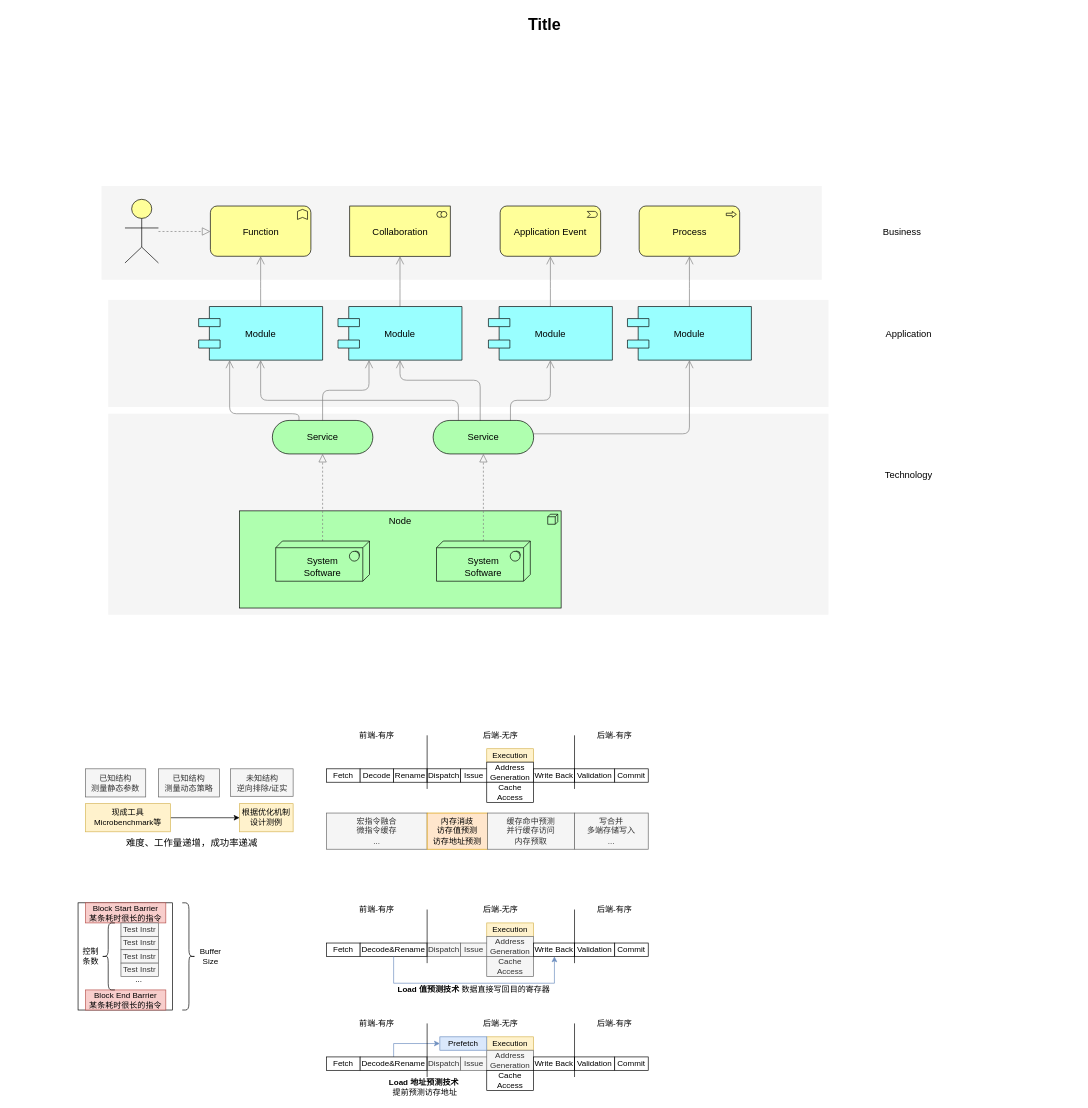
Earlier version of the draw.io diagram bsherfinal.drawio (MatteoYang2002/drawio). Source tidied: cells renumbered, new cells numbered last; positions are measured from the earlier drawing's top-left corner, leaving out a move shared by most shapes. Both pictures are drawn from the tidied source at 67%, with x=0, y=0 at pixel (11, 11).
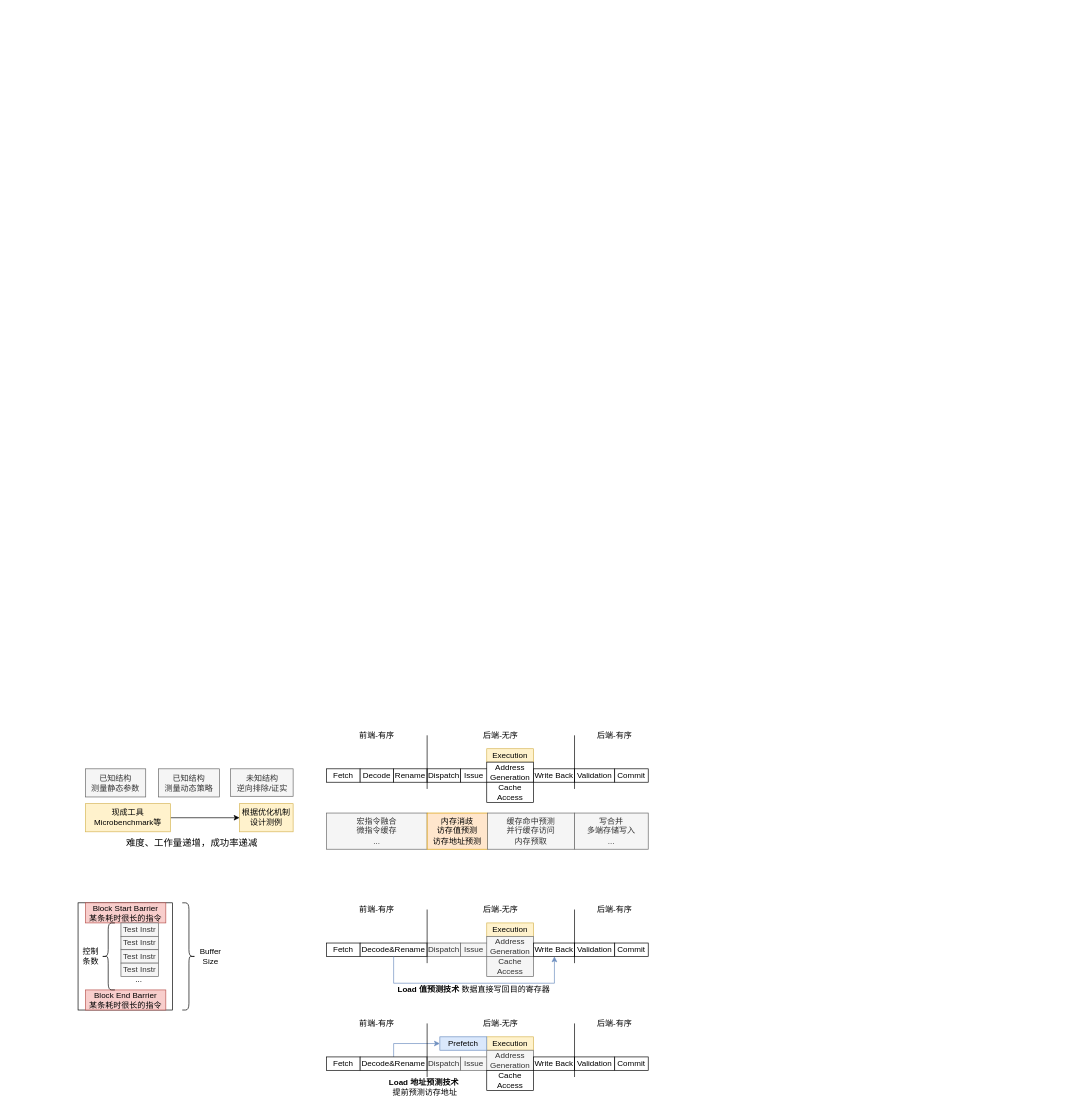
The same diagram, later.

Diff of the diagram source:
```diff
@@
-    <mxCell id="3" style="whiteSpace=wrap;html=1;strokeColor=none;strokeWidth=1;fillColor=#f5f5f5;fontSize=14;" parent="1" vertex="1">
-      <mxGeometry x="144" y="600" width="1075" height="300" as="geometry" />
-    </mxCell>
-    <mxCell id="4" style="whiteSpace=wrap;html=1;strokeColor=none;strokeWidth=1;fillColor=#f5f5f5;fontSize=14;" parent="1" vertex="1">
-      <mxGeometry x="144" y="430" width="1075" height="160" as="geometry" />
-    </mxCell>
-    <mxCell id="5" style="whiteSpace=wrap;html=1;strokeColor=none;strokeWidth=1;fillColor=#f5f5f5;fontSize=14;" parent="1" vertex="1">
-      <mxGeometry x="134" y="260" width="1075" height="140" as="geometry" />
-    </mxCell>
-    <mxCell id="6" value="Node" style="html=1;whiteSpace=wrap;fillColor=#AFFFAF;shape=mxgraph.archimate3.application;appType=node;archiType=square;fontSize=14;verticalAlign=top;" parent="1" vertex="1">
-      <mxGeometry x="340" y="745" width="480" height="145" as="geometry" />
-    </mxCell>
-    <mxCell id="7" style="edgeStyle=elbowEdgeStyle;rounded=1;elbow=vertical;html=1;startSize=10;endArrow=block;endFill=0;endSize=10;jettySize=auto;strokeColor=#808080;fontSize=14;dashed=1;" parent="1" edge="1" source="8" target="13">
-      <mxGeometry relative="1" as="geometry" />
-    </mxCell>
-    <mxCell id="8" value="&lt;div&gt;&lt;br&gt;&lt;/div&gt;System&lt;div&gt;Software&lt;/div&gt;" style="html=1;whiteSpace=wrap;fillColor=#AFFFAF;shape=mxgraph.archimate3.tech;techType=sysSw;fontSize=14;" parent="1" vertex="1">
-      <mxGeometry x="394" y="790" width="140" height="60" as="geometry" />
-    </mxCell>
-    <mxCell id="9" style="edgeStyle=elbowEdgeStyle;rounded=1;elbow=vertical;html=1;startSize=10;endArrow=block;endFill=0;endSize=10;jettySize=auto;strokeColor=#808080;fontSize=14;dashed=1;" parent="1" edge="1" source="10" target="18">
-      <mxGeometry relative="1" as="geometry" />
-    </mxCell>
-    <mxCell id="10" value="&lt;div&gt;&lt;br&gt;&lt;/div&gt;&lt;div&gt;&lt;span&gt;System&lt;/span&gt;&lt;div&gt;Software&lt;/div&gt;&lt;/div&gt;" style="html=1;whiteSpace=wrap;fillColor=#AFFFAF;shape=mxgraph.archimate3.tech;techType=sysSw;fontSize=14;" parent="1" vertex="1">
-      <mxGeometry x="634" y="790" width="140" height="60" as="geometry" />
-    </mxCell>
-    <mxCell id="11" style="edgeStyle=elbowEdgeStyle;rounded=1;elbow=vertical;html=1;startSize=10;endArrow=open;endFill=0;endSize=10;jettySize=auto;strokeColor=#808080;fontSize=14;entryX=0.25;entryY=1;" parent="1" edge="1" source="13" target="22">
-      <mxGeometry relative="1" as="geometry" />
-    </mxCell>
-    <mxCell id="12" style="edgeStyle=elbowEdgeStyle;rounded=1;elbow=vertical;html=1;startSize=10;endArrow=open;endFill=0;endSize=10;jettySize=auto;strokeColor=#808080;fontSize=14;entryX=0.25;entryY=1;exitX=0.265;exitY=0.007;exitPerimeter=0;" parent="1" edge="1" source="13" target="20">
-      <mxGeometry relative="1" as="geometry">
-        <Array as="points">
-          <mxPoint x="372" y="600" />
-        </Array>
-      </mxGeometry>
-    </mxCell>
-    <mxCell id="13" value="Service" style="html=1;whiteSpace=wrap;fillColor=#AFFFAF;shape=mxgraph.archimate3.service;fontSize=14;" parent="1" vertex="1">
-      <mxGeometry x="389" y="610" width="150" height="50" as="geometry" />
-    </mxCell>
-    <mxCell id="14" style="edgeStyle=elbowEdgeStyle;rounded=1;elbow=vertical;html=1;startSize=10;endArrow=open;endFill=0;endSize=10;jettySize=auto;strokeColor=#808080;fontSize=14;" parent="1" edge="1" source="18" target="26">
-      <mxGeometry relative="1" as="geometry">
-        <Array as="points">
-          <mxPoint x="859" y="630" />
-        </Array>
-      </mxGeometry>
-    </mxCell>
-    <mxCell id="15" style="edgeStyle=elbowEdgeStyle;rounded=1;elbow=vertical;html=1;startSize=10;endArrow=open;endFill=0;endSize=10;jettySize=auto;strokeColor=#808080;fontSize=14;entryX=0.5;entryY=1;exitX=0.769;exitY=0.025;exitPerimeter=0;" parent="1" edge="1" source="18" target="24">
-      <mxGeometry relative="1" as="geometry">
-        <Array as="points">
-          <mxPoint x="759" y="580" />
-        </Array>
-      </mxGeometry>
-    </mxCell>
-    <mxCell id="16" style="edgeStyle=elbowEdgeStyle;rounded=1;elbow=vertical;html=1;startSize=10;endArrow=open;endFill=0;endSize=10;jettySize=auto;strokeColor=#808080;fontSize=14;entryX=0.5;entryY=1;exitX=0.468;exitY=0.025;exitPerimeter=0;" parent="1" edge="1" source="18" target="22">
-      <mxGeometry relative="1" as="geometry">
-        <Array as="points">
-          <mxPoint x="649" y="550" />
-        </Array>
-      </mxGeometry>
-    </mxCell>
-    <mxCell id="17" style="edgeStyle=elbowEdgeStyle;rounded=1;elbow=vertical;html=1;startSize=10;endArrow=open;endFill=0;endSize=10;jettySize=auto;strokeColor=#808080;fontSize=14;exitX=0.251;exitY=0.002;exitPerimeter=0;" parent="1" edge="1" source="18" target="20">
-      <mxGeometry relative="1" as="geometry">
-        <Array as="points">
-          <mxPoint x="539" y="580" />
-        </Array>
-      </mxGeometry>
-    </mxCell>
-    <mxCell id="18" value="Service" style="html=1;whiteSpace=wrap;fillColor=#AFFFAF;shape=mxgraph.archimate3.service;fontSize=14;" parent="1" vertex="1">
-      <mxGeometry x="629" y="610" width="150" height="50" as="geometry" />
-    </mxCell>
-    <mxCell id="19" style="edgeStyle=elbowEdgeStyle;rounded=1;elbow=vertical;html=1;startSize=10;endArrow=open;endFill=0;endSize=10;jettySize=auto;strokeColor=#808080;fontSize=14;" parent="1" edge="1" source="20" target="27">
-      <mxGeometry relative="1" as="geometry" />
-    </mxCell>
-    <mxCell id="20" value="Module" style="shape=component;align=center;fillColor=#99ffff;gradientColor=none;fontSize=14;" parent="1" vertex="1">
-      <mxGeometry x="279" y="440" width="185" height="80" as="geometry" />
-    </mxCell>
-    <mxCell id="21" style="edgeStyle=elbowEdgeStyle;rounded=1;elbow=vertical;html=1;startSize=10;endArrow=open;endFill=0;endSize=10;jettySize=auto;strokeColor=#808080;fontSize=14;" parent="1" edge="1" source="22" target="28">
-      <mxGeometry relative="1" as="geometry" />
-    </mxCell>
-    <mxCell id="22" value="Module" style="shape=component;align=center;fillColor=#99ffff;gradientColor=none;fontSize=14;" parent="1" vertex="1">
-      <mxGeometry x="487" y="440" width="185" height="80" as="geometry" />
-    </mxCell>
-    <mxCell id="23" style="edgeStyle=elbowEdgeStyle;rounded=1;elbow=vertical;html=1;startSize=10;endArrow=open;endFill=0;endSize=10;jettySize=auto;strokeColor=#808080;fontSize=14;" parent="1" edge="1" source="24" target="29">
-      <mxGeometry relative="1" as="geometry" />
-    </mxCell>
-    <mxCell id="24" value="Module" style="shape=component;align=center;fillColor=#99ffff;gradientColor=none;fontSize=14;" parent="1" vertex="1">
-      <mxGeometry x="711.5" y="440" width="185" height="80" as="geometry" />
-    </mxCell>
-    <mxCell id="25" style="edgeStyle=elbowEdgeStyle;rounded=1;elbow=vertical;html=1;startSize=10;endArrow=open;endFill=0;endSize=10;jettySize=auto;strokeColor=#808080;fontSize=14;" parent="1" edge="1" source="26" target="30">
-      <mxGeometry relative="1" as="geometry" />
-    </mxCell>
-    <mxCell id="26" value="Module" style="shape=component;align=center;fillColor=#99ffff;gradientColor=none;fontSize=14;" parent="1" vertex="1">
-      <mxGeometry x="919" y="440" width="185" height="80" as="geometry" />
-    </mxCell>
-    <mxCell id="27" value="Function" style="html=1;whiteSpace=wrap;fillColor=#ffff99;shape=mxgraph.archimate3.application;appType=func;archiType=rounded;fontSize=14;" parent="1" vertex="1">
-      <mxGeometry x="296.5" y="290" width="150" height="75" as="geometry" />
-    </mxCell>
-    <mxCell id="28" value="Collaboration" style="html=1;whiteSpace=wrap;fillColor=#ffff99;shape=mxgraph.archimate3.application;appType=collab;archiType=square;fontSize=14;" parent="1" vertex="1">
-      <mxGeometry x="504.5" y="290" width="150" height="75" as="geometry" />
-    </mxCell>
-    <mxCell id="29" value="Application Event" style="html=1;whiteSpace=wrap;fillColor=#ffff99;shape=mxgraph.archimate3.application;appType=event;archiType=rounded;fontSize=14;" parent="1" vertex="1">
-      <mxGeometry x="729" y="290" width="150" height="75" as="geometry" />
-    </mxCell>
-    <mxCell id="30" value="Process" style="html=1;whiteSpace=wrap;fillColor=#ffff99;shape=mxgraph.archimate3.application;appType=proc;archiType=rounded;fontSize=14;" parent="1" vertex="1">
-      <mxGeometry x="936.5" y="290" width="150" height="75" as="geometry" />
-    </mxCell>
-    <mxCell id="31" value="Technology" style="text;html=1;strokeColor=none;fillColor=none;align=center;verticalAlign=middle;whiteSpace=wrap;fontSize=14;" parent="1" vertex="1">
-      <mxGeometry x="1219" y="681" width="240" height="20" as="geometry" />
-    </mxCell>
-    <mxCell id="32" value="Application" style="text;html=1;strokeColor=none;fillColor=none;align=center;verticalAlign=middle;whiteSpace=wrap;fontSize=14;" parent="1" vertex="1">
-      <mxGeometry x="1219" y="471" width="240" height="20" as="geometry" />
-    </mxCell>
-    <mxCell id="33" value="Business" style="text;html=1;strokeColor=none;fillColor=none;align=center;verticalAlign=middle;whiteSpace=wrap;fontSize=14;" parent="1" vertex="1">
-      <mxGeometry x="1209" y="319" width="240" height="20" as="geometry" />
-    </mxCell>
-    <mxCell id="34" style="edgeStyle=elbowEdgeStyle;rounded=1;elbow=vertical;html=1;dashed=1;startSize=10;endArrow=block;endFill=0;endSize=10;jettySize=auto;strokeColor=#808080;fontSize=14;" parent="1" edge="1" source="35" target="27">
-      <mxGeometry relative="1" as="geometry" />
-    </mxCell>
-    <mxCell id="35" style="html=1;whiteSpace=wrap;fillColor=#ffff99;shape=mxgraph.archimate3.actor;fontSize=14;" parent="1" vertex="1">
-      <mxGeometry x="169" y="280" width="50" height="95" as="geometry" />
-    </mxCell>
-    <mxCell id="36" value="Title" style="text;strokeColor=none;fillColor=none;html=1;fontSize=24;fontStyle=1;verticalAlign=middle;align=center;" parent="1" vertex="1">
-      <mxGeometry width="1590" height="40" as="geometry" />
-    </mxCell>
```
